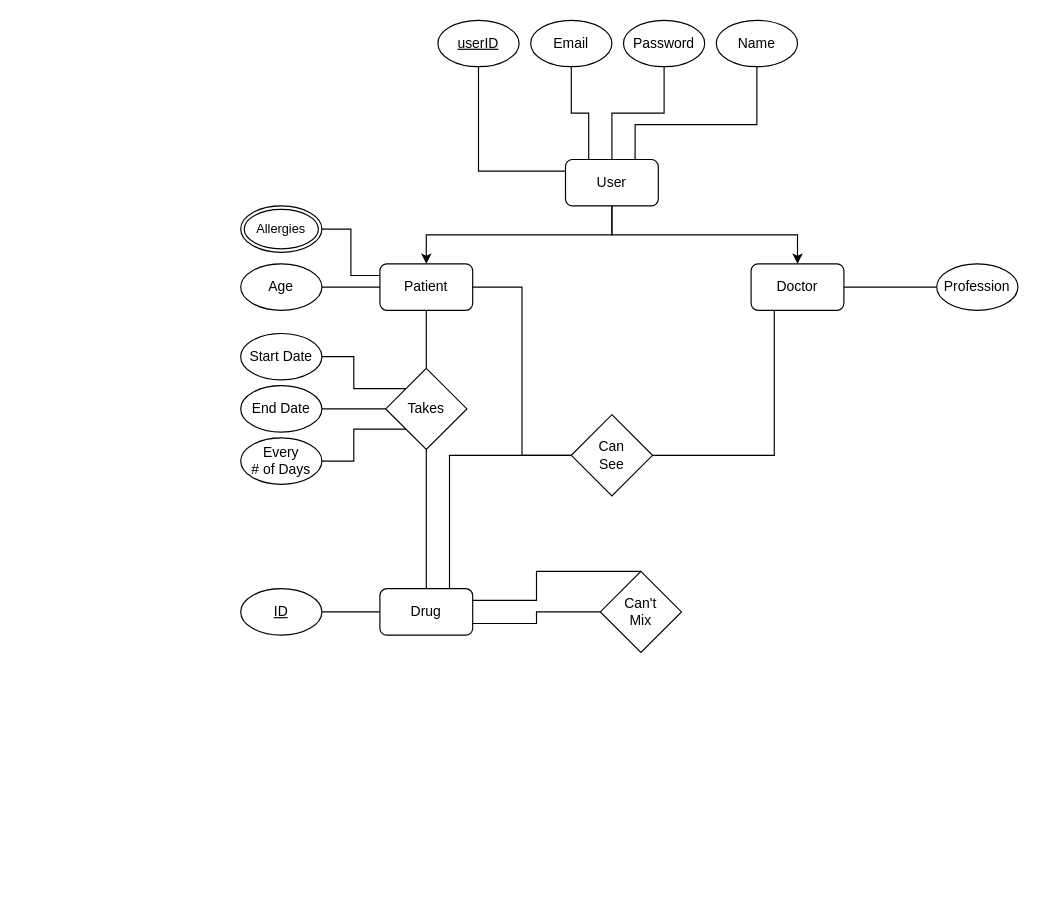
The draw.io diagram PillPal-ERModel.drawio in PeyPeyPG/CS-4485-Project, before the edit. Source tidied: cells renumbered, new cells numbered last; positions are measured from the earlier drawing's top-left corner, leaving out a move shared by most shapes. Both pictures are drawn from the tidied source at 116%, with x=0, y=0 at pixel (240, 20).
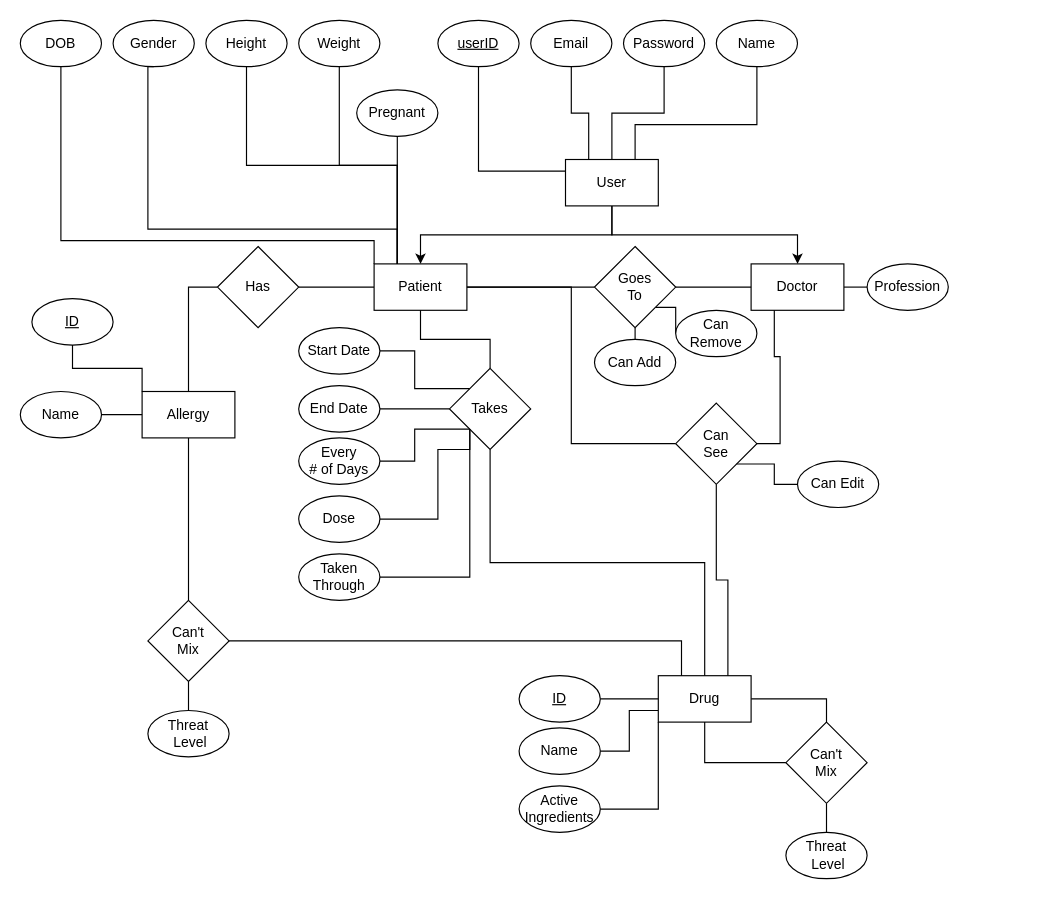
After the change.

Change to the diagram source:
```diff
@@
-    <mxCell id="4" value="User" style="rounded=1;whiteSpace=wrap;html=1;" parent="1" vertex="1">
+    <mxCell id="4" value="User" style="rounded=0;whiteSpace=wrap;html=1;strokeColor=default;align=center;verticalAlign=middle;fontFamily=Helvetica;fontSize=12;fontColor=default;fillColor=default;" parent="1" vertex="1">
       <mxGeometry x="280" y="120" width="80" height="40" as="geometry" />
     </mxCell>
+    <mxCell id="40" style="edgeStyle=orthogonalEdgeStyle;shape=connector;rounded=0;jettySize=auto;html=1;exitX=0;exitY=0;exitDx=0;exitDy=0;entryX=0.5;entryY=1;entryDx=0;entryDy=0;strokeColor=default;align=center;verticalAlign=middle;fontFamily=Helvetica;fontSize=11;fontColor=default;labelBackgroundColor=default;startFill=0;endArrow=none;" parent="1" edge="1" source="5" target="17">
+      <mxGeometry relative="1" as="geometry">
+        <Array as="points">
+          <mxPoint x="115" y="190" />
+          <mxPoint x="-155" y="190" />
+        </Array>
+      </mxGeometry>
+    </mxCell>
+    <mxCell id="41" style="edgeStyle=orthogonalEdgeStyle;shape=connector;rounded=0;jettySize=auto;html=1;exitX=0;exitY=0.5;exitDx=0;exitDy=0;entryX=1;entryY=0.5;entryDx=0;entryDy=0;strokeColor=default;align=center;verticalAlign=middle;fontFamily=Helvetica;fontSize=11;fontColor=default;labelBackgroundColor=default;startFill=0;endArrow=none;" parent="1" edge="1" source="5" target="54">
+      <mxGeometry relative="1" as="geometry" />
+    </mxCell>
+    <mxCell id="42" style="edgeStyle=orthogonalEdgeStyle;shape=connector;rounded=0;jettySize=auto;html=1;exitX=0.25;exitY=0;exitDx=0;exitDy=0;entryX=0.5;entryY=1;entryDx=0;entryDy=0;strokeColor=default;align=center;verticalAlign=middle;fontFamily=Helvetica;fontSize=11;fontColor=default;labelBackgroundColor=default;startFill=0;endArrow=none;" parent="1" edge="1" source="5" target="62">
+      <mxGeometry relative="1" as="geometry">
+        <Array as="points">
+          <mxPoint x="135" y="180" />
+          <mxPoint x="-80" y="180" />
+          <mxPoint x="-80" y="40" />
+        </Array>
+      </mxGeometry>
+    </mxCell>
+    <mxCell id="43" style="edgeStyle=orthogonalEdgeStyle;shape=connector;rounded=0;jettySize=auto;html=1;exitX=1;exitY=0.5;exitDx=0;exitDy=0;entryX=0;entryY=0.5;entryDx=0;entryDy=0;strokeColor=default;align=center;verticalAlign=middle;fontFamily=Helvetica;fontSize=11;fontColor=default;labelBackgroundColor=default;startFill=0;endArrow=none;" parent="1" edge="1" source="5" target="72">
+      <mxGeometry relative="1" as="geometry" />
+    </mxCell>
-    <mxCell id="5" value="Patient" style="rounded=1;whiteSpace=wrap;html=1;" parent="1" vertex="1">
-      <mxGeometry x="120" y="210" width="80" height="40" as="geometry" />
+    <mxCell id="5" value="Patient" style="rounded=0;whiteSpace=wrap;html=1;strokeColor=default;align=center;verticalAlign=middle;fontFamily=Helvetica;fontSize=12;fontColor=default;fillColor=default;" parent="1" vertex="1">
+      <mxGeometry x="115" y="210" width="80" height="40" as="geometry" />
     </mxCell>
@@
-    <mxCell id="7" value="Doctor" style="rounded=1;whiteSpace=wrap;html=1;" parent="1" vertex="1">
+    <mxCell id="7" value="Doctor" style="rounded=0;whiteSpace=wrap;html=1;strokeColor=default;align=center;verticalAlign=middle;fontFamily=Helvetica;fontSize=12;fontColor=default;fillColor=default;" parent="1" vertex="1">
       <mxGeometry x="440" y="210" width="80" height="40" as="geometry" />
     </mxCell>
@@
-    <mxCell id="16" style="edgeStyle=orthogonalEdgeStyle;shape=connector;rounded=0;jettySize=auto;html=1;exitX=1;exitY=0.5;exitDx=0;exitDy=0;entryX=0;entryY=0.5;entryDx=0;entryDy=0;strokeColor=default;align=center;verticalAlign=middle;fontFamily=Helvetica;fontSize=11;fontColor=default;labelBackgroundColor=default;startFill=0;endArrow=none;" parent="1" edge="1" source="17" target="5">
-      <mxGeometry relative="1" as="geometry" />
-    </mxCell>
-    <mxCell id="17" value="Age" style="ellipse;whiteSpace=wrap;html=1;" parent="1" vertex="1">
-      <mxGeometry y="210" width="70" height="40" as="geometry" />
+    <mxCell id="17" value="DOB" style="ellipse;whiteSpace=wrap;html=1;" parent="1" vertex="1">
+      <mxGeometry x="-190" width="70" height="40" as="geometry" />
     </mxCell>
-    <mxCell id="18" style="edgeStyle=orthogonalEdgeStyle;shape=connector;rounded=0;jettySize=auto;html=1;exitX=1;exitY=0.75;exitDx=0;exitDy=0;entryX=0;entryY=0.5;entryDx=0;entryDy=0;strokeColor=default;align=center;verticalAlign=middle;fontFamily=Helvetica;fontSize=11;fontColor=default;labelBackgroundColor=default;startFill=0;endArrow=none;" parent="1" edge="1" source="19" target="39">
+    <mxCell id="18" style="edgeStyle=orthogonalEdgeStyle;rounded=0;jettySize=auto;html=1;exitX=1;exitY=0.5;exitDx=0;exitDy=0;entryX=0.5;entryY=0;entryDx=0;entryDy=0;endArrow=none;startFill=0;" parent="1" edge="1" source="19" target="39">
       <mxGeometry relative="1" as="geometry" />
     </mxCell>
+    <mxCell id="44" style="edgeStyle=orthogonalEdgeStyle;shape=connector;rounded=0;jettySize=auto;html=1;exitX=0;exitY=0.75;exitDx=0;exitDy=0;entryX=1;entryY=0.5;entryDx=0;entryDy=0;strokeColor=default;align=center;verticalAlign=middle;fontFamily=Helvetica;fontSize=11;fontColor=default;labelBackgroundColor=default;startFill=0;endArrow=none;" parent="1" edge="1" source="19" target="56">
+      <mxGeometry relative="1" as="geometry" />
+    </mxCell>
-    <mxCell id="19" value="Drug" style="rounded=1;whiteSpace=wrap;html=1;" parent="1" vertex="1">
-      <mxGeometry x="120" y="490" width="80" height="40" as="geometry" />
+    <mxCell id="19" value="Drug" style="rounded=0;whiteSpace=wrap;html=1;" parent="1" vertex="1">
+      <mxGeometry x="360" y="565" width="80" height="40" as="geometry" />
     </mxCell>
@@
     <mxCell id="21" value="&lt;u&gt;ID&lt;/u&gt;" style="ellipse;whiteSpace=wrap;html=1;" parent="1" vertex="1">
-      <mxGeometry y="490" width="70" height="40" as="geometry" />
+      <mxGeometry x="240" y="565" width="70" height="40" as="geometry" />
     </mxCell>
-    <mxCell id="22" style="edgeStyle=orthogonalEdgeStyle;rounded=0;jettySize=auto;html=1;exitX=0;exitY=0.5;exitDx=0;exitDy=0;entryX=0.75;entryY=0;entryDx=0;entryDy=0;endArrow=none;startFill=0;" parent="1" edge="1" source="25" target="19">
-      <mxGeometry relative="1" as="geometry" />
-    </mxCell>
@@
+    <mxCell id="22" style="edgeStyle=orthogonalEdgeStyle;shape=connector;rounded=0;jettySize=auto;html=1;exitX=0.5;exitY=1;exitDx=0;exitDy=0;entryX=0.75;entryY=0;entryDx=0;entryDy=0;strokeColor=default;align=center;verticalAlign=middle;fontFamily=Helvetica;fontSize=11;fontColor=default;labelBackgroundColor=default;startFill=0;endArrow=none;" parent="1" edge="1" source="25" target="19">
+      <mxGeometry relative="1" as="geometry" />
+    </mxCell>
     <mxCell id="25" value="Can&lt;div&gt;See&lt;/div&gt;" style="rhombus;whiteSpace=wrap;html=1;" parent="1" vertex="1">
-      <mxGeometry x="285" y="340" width="70" height="70" as="geometry" />
+      <mxGeometry x="375" y="330" width="70" height="70" as="geometry" />
     </mxCell>
@@
     <mxCell id="28" value="Takes" style="rhombus;whiteSpace=wrap;html=1;" parent="1" vertex="1">
-      <mxGeometry x="125" y="300" width="70" height="70" as="geometry" />
+      <mxGeometry x="180" y="300" width="70" height="70" as="geometry" />
     </mxCell>
@@
     <mxCell id="30" value="Start Date" style="ellipse;whiteSpace=wrap;html=1;" parent="1" vertex="1">
-      <mxGeometry y="270" width="70" height="40" as="geometry" />
+      <mxGeometry x="50" y="265" width="70" height="40" as="geometry" />
     </mxCell>
@@
     <mxCell id="32" value="End Date" style="ellipse;whiteSpace=wrap;html=1;" parent="1" vertex="1">
-      <mxGeometry y="315" width="70" height="40" as="geometry" />
+      <mxGeometry x="50" y="315" width="70" height="40" as="geometry" />
     </mxCell>
@@
     <mxCell id="34" value="Every&lt;br&gt;# of Days" style="ellipse;whiteSpace=wrap;html=1;" parent="1" vertex="1">
-      <mxGeometry y="360" width="70" height="40" as="geometry" />
+      <mxGeometry x="50" y="360" width="70" height="40" as="geometry" />
     </mxCell>
     <mxCell id="35" value="Profession" style="ellipse;whiteSpace=wrap;html=1;" parent="1" vertex="1">
-      <mxGeometry x="600" y="210" width="70" height="40" as="geometry" />
+      <mxGeometry x="540" y="210" width="70" height="40" as="geometry" />
     </mxCell>
-    <mxCell id="36" style="edgeStyle=orthogonalEdgeStyle;shape=connector;rounded=0;jettySize=auto;html=1;exitX=1;exitY=0.5;exitDx=0;exitDy=0;entryX=0;entryY=0.25;entryDx=0;entryDy=0;strokeColor=default;align=center;verticalAlign=middle;fontFamily=Helvetica;fontSize=11;fontColor=default;labelBackgroundColor=default;startFill=0;endArrow=none;" parent="1" edge="1" source="37" target="5">
-      <mxGeometry relative="1" as="geometry" />
-    </mxCell>
-    <mxCell id="37" value="Allergies" style="ellipse;shape=doubleEllipse;margin=3;whiteSpace=wrap;html=1;align=center;fontFamily=Helvetica;fontSize=11;fontColor=default;labelBackgroundColor=default;" parent="1" vertex="1">
-      <mxGeometry y="160" width="70" height="40" as="geometry" />
-    </mxCell>
-    <mxCell id="38" style="edgeStyle=orthogonalEdgeStyle;shape=connector;rounded=0;jettySize=auto;html=1;exitX=0.5;exitY=0;exitDx=0;exitDy=0;entryX=1;entryY=0.25;entryDx=0;entryDy=0;strokeColor=default;align=center;verticalAlign=middle;fontFamily=Helvetica;fontSize=11;fontColor=default;labelBackgroundColor=default;startFill=0;endArrow=none;" parent="1" edge="1" source="39" target="19">
-      <mxGeometry relative="1" as="geometry">
-        <Array as="points">
-          <mxPoint x="255" y="475" />
-          <mxPoint x="255" y="500" />
-        </Array>
-      </mxGeometry>
+    <mxCell id="38" style="edgeStyle=orthogonalEdgeStyle;shape=connector;rounded=0;jettySize=auto;html=1;exitX=0;exitY=0.5;exitDx=0;exitDy=0;entryX=0.5;entryY=1;entryDx=0;entryDy=0;strokeColor=default;align=center;verticalAlign=middle;fontFamily=Helvetica;fontSize=11;fontColor=default;labelBackgroundColor=default;startFill=0;endArrow=none;" parent="1" edge="1" source="39" target="19">
+      <mxGeometry relative="1" as="geometry" />
     </mxCell>
+    <mxCell id="45" style="edgeStyle=orthogonalEdgeStyle;shape=connector;rounded=0;jettySize=auto;html=1;exitX=0.5;exitY=1;exitDx=0;exitDy=0;entryX=0.5;entryY=0;entryDx=0;entryDy=0;strokeColor=default;align=center;verticalAlign=middle;fontFamily=Helvetica;fontSize=11;fontColor=default;labelBackgroundColor=default;startFill=0;endArrow=none;" parent="1" edge="1" source="39" target="61">
+      <mxGeometry relative="1" as="geometry" />
+    </mxCell>
     <mxCell id="39" value="Can't&lt;div&gt;Mix&lt;/div&gt;" style="rhombus;whiteSpace=wrap;html=1;" parent="1" vertex="1">
-      <mxGeometry x="310" y="475" width="70" height="70" as="geometry" />
+      <mxGeometry x="470" y="605" width="70" height="70" as="geometry" />
     </mxCell>
+    <mxCell id="46" style="edgeStyle=orthogonalEdgeStyle;shape=connector;rounded=0;jettySize=auto;html=1;exitX=0;exitY=0.5;exitDx=0;exitDy=0;entryX=1;entryY=1;entryDx=0;entryDy=0;strokeColor=default;align=center;verticalAlign=middle;fontFamily=Helvetica;fontSize=11;fontColor=default;labelBackgroundColor=default;startFill=0;endArrow=none;" parent="1" edge="1" source="47" target="25">
+      <mxGeometry relative="1" as="geometry" />
+    </mxCell>
+    <mxCell id="47" value="Can Edit" style="ellipse;whiteSpace=wrap;html=1;" parent="1" vertex="1">
+      <mxGeometry x="480" y="380" width="70" height="40" as="geometry" />
+    </mxCell>
+    <mxCell id="48" style="edgeStyle=orthogonalEdgeStyle;shape=connector;rounded=0;jettySize=auto;html=1;exitX=0.5;exitY=1;exitDx=0;exitDy=0;entryX=0.5;entryY=0;entryDx=0;entryDy=0;strokeColor=default;align=center;verticalAlign=middle;fontFamily=Helvetica;fontSize=11;fontColor=default;labelBackgroundColor=default;startFill=0;endArrow=none;" parent="1" edge="1" source="50" target="52">
+      <mxGeometry relative="1" as="geometry" />
+    </mxCell>
+    <mxCell id="49" style="edgeStyle=orthogonalEdgeStyle;shape=connector;rounded=0;jettySize=auto;html=1;exitX=0;exitY=0;exitDx=0;exitDy=0;entryX=0.5;entryY=1;entryDx=0;entryDy=0;strokeColor=default;align=center;verticalAlign=middle;fontFamily=Helvetica;fontSize=11;fontColor=default;labelBackgroundColor=default;startFill=0;endArrow=none;" parent="1" edge="1" source="50" target="55">
+      <mxGeometry relative="1" as="geometry" />
+    </mxCell>
+    <mxCell id="50" value="Allergy" style="rounded=0;whiteSpace=wrap;html=1;strokeColor=default;align=center;verticalAlign=middle;fontFamily=Helvetica;fontSize=12;fontColor=default;fillColor=default;" parent="1" vertex="1">
+      <mxGeometry x="-85" y="320" width="80" height="40" as="geometry" />
+    </mxCell>
+    <mxCell id="51" style="edgeStyle=orthogonalEdgeStyle;shape=connector;rounded=0;jettySize=auto;html=1;exitX=1;exitY=0.5;exitDx=0;exitDy=0;entryX=0.25;entryY=0;entryDx=0;entryDy=0;strokeColor=default;align=center;verticalAlign=middle;fontFamily=Helvetica;fontSize=11;fontColor=default;labelBackgroundColor=default;startFill=0;endArrow=none;" parent="1" edge="1" source="52" target="19">
+      <mxGeometry relative="1" as="geometry" />
+    </mxCell>
+    <mxCell id="52" value="Can't&lt;div&gt;Mix&lt;/div&gt;" style="rhombus;whiteSpace=wrap;html=1;" parent="1" vertex="1">
+      <mxGeometry x="-80" y="500" width="70" height="70" as="geometry" />
+    </mxCell>
+    <mxCell id="53" style="edgeStyle=orthogonalEdgeStyle;shape=connector;rounded=0;jettySize=auto;html=1;exitX=0;exitY=0.5;exitDx=0;exitDy=0;entryX=0.5;entryY=0;entryDx=0;entryDy=0;strokeColor=default;align=center;verticalAlign=middle;fontFamily=Helvetica;fontSize=11;fontColor=default;labelBackgroundColor=default;startFill=0;endArrow=none;" parent="1" edge="1" source="54" target="50">
+      <mxGeometry relative="1" as="geometry" />
+    </mxCell>
+    <mxCell id="54" value="Has" style="rhombus;whiteSpace=wrap;html=1;" parent="1" vertex="1">
+      <mxGeometry x="-20" y="195" width="70" height="70" as="geometry" />
+    </mxCell>
+    <mxCell id="55" value="&lt;u&gt;ID&lt;/u&gt;" style="ellipse;whiteSpace=wrap;html=1;" parent="1" vertex="1">
+      <mxGeometry x="-180" y="240" width="70" height="40" as="geometry" />
+    </mxCell>
+    <mxCell id="56" value="Name" style="ellipse;whiteSpace=wrap;html=1;" parent="1" vertex="1">
+      <mxGeometry x="240" y="610" width="70" height="40" as="geometry" />
+    </mxCell>
+    <mxCell id="57" style="edgeStyle=orthogonalEdgeStyle;shape=connector;rounded=0;jettySize=auto;html=1;exitX=1;exitY=0.5;exitDx=0;exitDy=0;entryX=0;entryY=1;entryDx=0;entryDy=0;strokeColor=default;align=center;verticalAlign=middle;fontFamily=Helvetica;fontSize=11;fontColor=default;labelBackgroundColor=default;startFill=0;endArrow=none;" parent="1" edge="1" source="58" target="28">
+      <mxGeometry relative="1" as="geometry">
+        <Array as="points">
+          <mxPoint x="170" y="430" />
+          <mxPoint x="170" y="370" />
+          <mxPoint x="198" y="370" />
+        </Array>
+      </mxGeometry>
+    </mxCell>
+    <mxCell id="58" value="Dose" style="ellipse;whiteSpace=wrap;html=1;" parent="1" vertex="1">
+      <mxGeometry x="50" y="410" width="70" height="40" as="geometry" />
+    </mxCell>
+    <mxCell id="59" style="edgeStyle=orthogonalEdgeStyle;shape=connector;rounded=0;jettySize=auto;html=1;exitX=0.5;exitY=0;exitDx=0;exitDy=0;entryX=0.5;entryY=1;entryDx=0;entryDy=0;strokeColor=default;align=center;verticalAlign=middle;fontFamily=Helvetica;fontSize=11;fontColor=default;labelBackgroundColor=default;startFill=0;endArrow=none;" parent="1" edge="1" source="60" target="52">
+      <mxGeometry relative="1" as="geometry" />
+    </mxCell>
+    <mxCell id="60" value="Threat&lt;div&gt;&amp;nbsp;Level&lt;/div&gt;" style="ellipse;whiteSpace=wrap;html=1;" parent="1" vertex="1">
+      <mxGeometry x="-80" y="595" width="70" height="40" as="geometry" />
+    </mxCell>
+    <mxCell id="61" value="Threat&lt;div&gt;&amp;nbsp;Level&lt;/div&gt;" style="ellipse;whiteSpace=wrap;html=1;" parent="1" vertex="1">
+      <mxGeometry x="470" y="700" width="70" height="40" as="geometry" />
+    </mxCell>
+    <mxCell id="62" value="Gender" style="ellipse;whiteSpace=wrap;html=1;" parent="1" vertex="1">
+      <mxGeometry x="-110" width="70" height="40" as="geometry" />
+    </mxCell>
+    <mxCell id="63" style="edgeStyle=orthogonalEdgeStyle;shape=connector;rounded=0;jettySize=auto;html=1;exitX=0.5;exitY=1;exitDx=0;exitDy=0;entryX=0.25;entryY=0;entryDx=0;entryDy=0;strokeColor=default;align=center;verticalAlign=middle;fontFamily=Helvetica;fontSize=11;fontColor=default;labelBackgroundColor=default;startFill=0;endArrow=none;" parent="1" edge="1" source="64" target="5">
+      <mxGeometry relative="1" as="geometry" />
+    </mxCell>
+    <mxCell id="64" value="Height" style="ellipse;whiteSpace=wrap;html=1;" parent="1" vertex="1">
+      <mxGeometry x="-30" width="70" height="40" as="geometry" />
+    </mxCell>
+    <mxCell id="65" style="edgeStyle=orthogonalEdgeStyle;shape=connector;rounded=0;jettySize=auto;html=1;exitX=0.5;exitY=1;exitDx=0;exitDy=0;entryX=0.25;entryY=0;entryDx=0;entryDy=0;strokeColor=default;align=center;verticalAlign=middle;fontFamily=Helvetica;fontSize=11;fontColor=default;labelBackgroundColor=default;startFill=0;endArrow=none;" parent="1" edge="1" source="66" target="5">
+      <mxGeometry relative="1" as="geometry" />
+    </mxCell>
+    <mxCell id="66" value="Weight" style="ellipse;whiteSpace=wrap;html=1;" parent="1" vertex="1">
+      <mxGeometry x="50" width="70" height="40" as="geometry" />
+    </mxCell>
+    <mxCell id="67" style="edgeStyle=orthogonalEdgeStyle;shape=connector;rounded=0;jettySize=auto;html=1;exitX=0.5;exitY=1;exitDx=0;exitDy=0;entryX=0.25;entryY=0;entryDx=0;entryDy=0;strokeColor=default;align=center;verticalAlign=middle;fontFamily=Helvetica;fontSize=11;fontColor=default;labelBackgroundColor=default;startFill=0;endArrow=none;" parent="1" edge="1" source="68" target="5">
+      <mxGeometry relative="1" as="geometry" />
+    </mxCell>
+    <mxCell id="68" value="Pregnant" style="ellipse;whiteSpace=wrap;html=1;" parent="1" vertex="1">
+      <mxGeometry x="100" y="60" width="70" height="40" as="geometry" />
+    </mxCell>
+    <mxCell id="69" style="edgeStyle=orthogonalEdgeStyle;shape=connector;rounded=0;jettySize=auto;html=1;exitX=1;exitY=0.5;exitDx=0;exitDy=0;entryX=0;entryY=0.5;entryDx=0;entryDy=0;strokeColor=default;align=center;verticalAlign=middle;fontFamily=Helvetica;fontSize=11;fontColor=default;labelBackgroundColor=default;startFill=0;endArrow=none;" parent="1" edge="1" source="72" target="7">
+      <mxGeometry relative="1" as="geometry" />
+    </mxCell>
+    <mxCell id="70" style="edgeStyle=orthogonalEdgeStyle;shape=connector;rounded=0;jettySize=auto;html=1;exitX=0.5;exitY=1;exitDx=0;exitDy=0;entryX=0.5;entryY=0;entryDx=0;entryDy=0;strokeColor=default;align=center;verticalAlign=middle;fontFamily=Helvetica;fontSize=11;fontColor=default;labelBackgroundColor=default;startFill=0;endArrow=none;" parent="1" edge="1" source="72" target="75">
+      <mxGeometry relative="1" as="geometry" />
+    </mxCell>
+    <mxCell id="71" style="edgeStyle=orthogonalEdgeStyle;shape=connector;rounded=0;jettySize=auto;html=1;exitX=1;exitY=1;exitDx=0;exitDy=0;entryX=0;entryY=0.5;entryDx=0;entryDy=0;strokeColor=default;align=center;verticalAlign=middle;fontFamily=Helvetica;fontSize=11;fontColor=default;labelBackgroundColor=default;startFill=0;endArrow=none;" parent="1" edge="1" source="72" target="76">
+      <mxGeometry relative="1" as="geometry" />
+    </mxCell>
+    <mxCell id="72" value="Goes&lt;div&gt;To&lt;/div&gt;" style="rhombus;whiteSpace=wrap;html=1;" parent="1" vertex="1">
+      <mxGeometry x="305" y="195" width="70" height="70" as="geometry" />
+    </mxCell>
+    <mxCell id="73" style="edgeStyle=orthogonalEdgeStyle;shape=connector;rounded=0;jettySize=auto;html=1;exitX=1;exitY=0.5;exitDx=0;exitDy=0;entryX=0;entryY=0.5;entryDx=0;entryDy=0;strokeColor=default;align=center;verticalAlign=middle;fontFamily=Helvetica;fontSize=11;fontColor=default;labelBackgroundColor=default;startFill=0;endArrow=none;" parent="1" edge="1" source="74" target="50">
+      <mxGeometry relative="1" as="geometry" />
+    </mxCell>
+    <mxCell id="74" value="Name" style="ellipse;whiteSpace=wrap;html=1;" parent="1" vertex="1">
+      <mxGeometry x="-190" y="320" width="70" height="40" as="geometry" />
+    </mxCell>
+    <mxCell id="75" value="Can Add" style="ellipse;whiteSpace=wrap;html=1;" parent="1" vertex="1">
+      <mxGeometry x="305" y="275" width="70" height="40" as="geometry" />
+    </mxCell>
+    <mxCell id="76" value="Can Remove" style="ellipse;whiteSpace=wrap;html=1;" parent="1" vertex="1">
+      <mxGeometry x="375" y="250" width="70" height="40" as="geometry" />
+    </mxCell>
+    <mxCell id="77" style="edgeStyle=orthogonalEdgeStyle;shape=connector;rounded=0;jettySize=auto;html=1;exitX=1;exitY=0.5;exitDx=0;exitDy=0;entryX=0;entryY=1;entryDx=0;entryDy=0;strokeColor=default;align=center;verticalAlign=middle;fontFamily=Helvetica;fontSize=11;fontColor=default;labelBackgroundColor=default;startFill=0;endArrow=none;" parent="1" edge="1" source="78" target="19">
+      <mxGeometry relative="1" as="geometry" />
+    </mxCell>
+    <mxCell id="78" value="Active Ingredients" style="ellipse;whiteSpace=wrap;html=1;" parent="1" vertex="1">
+      <mxGeometry x="240" y="660" width="70" height="40" as="geometry" />
+    </mxCell>
+    <mxCell id="79" style="edgeStyle=orthogonalEdgeStyle;shape=connector;rounded=0;jettySize=auto;html=1;exitX=1;exitY=0.5;exitDx=0;exitDy=0;entryX=0;entryY=1;entryDx=0;entryDy=0;strokeColor=default;align=center;verticalAlign=middle;fontFamily=Helvetica;fontSize=12;fontColor=default;labelBackgroundColor=default;startFill=0;endArrow=none;" parent="1" edge="1" source="80" target="28">
+      <mxGeometry relative="1" as="geometry" />
+    </mxCell>
+    <mxCell id="80" value="Taken Through" style="ellipse;whiteSpace=wrap;html=1;" parent="1" vertex="1">
+      <mxGeometry x="50" y="460" width="70" height="40" as="geometry" />
+    </mxCell>
```
